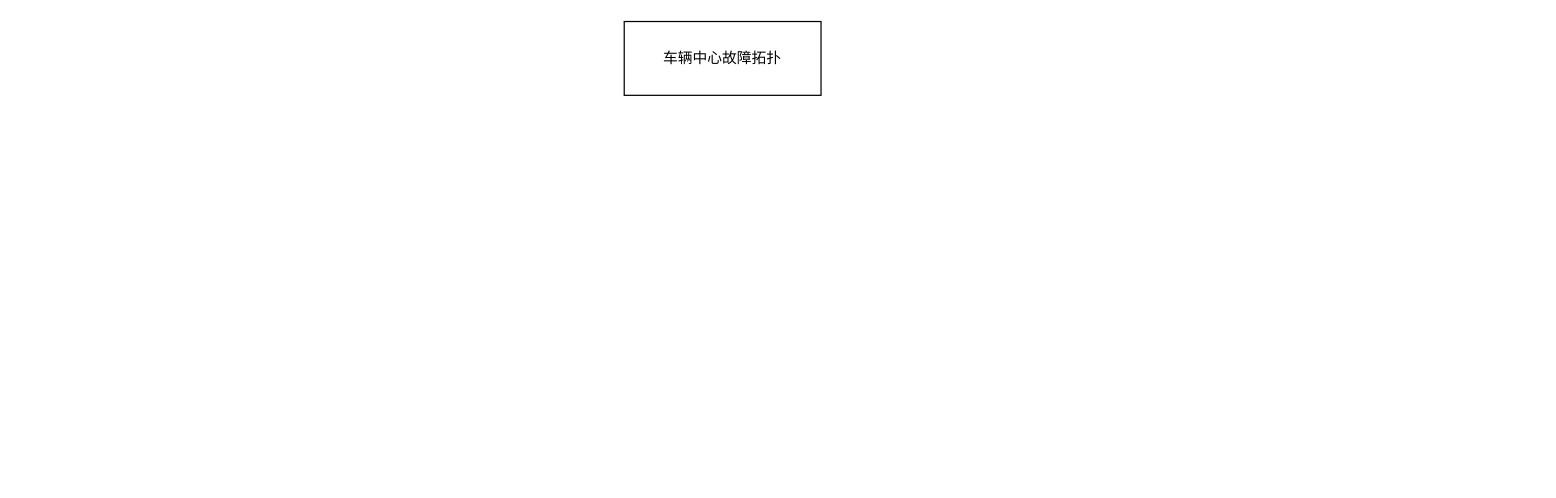
Before: 车辆中心故障拓扑.drawio in tengxiao/zabbix-report, a draw.io diagram. Source tidied: cells renumbered, new cells numbered last; positions are measured from the earlier drawing's top-left corner, leaving out a move shared by most shapes. Both pictures are drawn from the tidied source at 123%, with x=0, y=0 at pixel (624, 21).
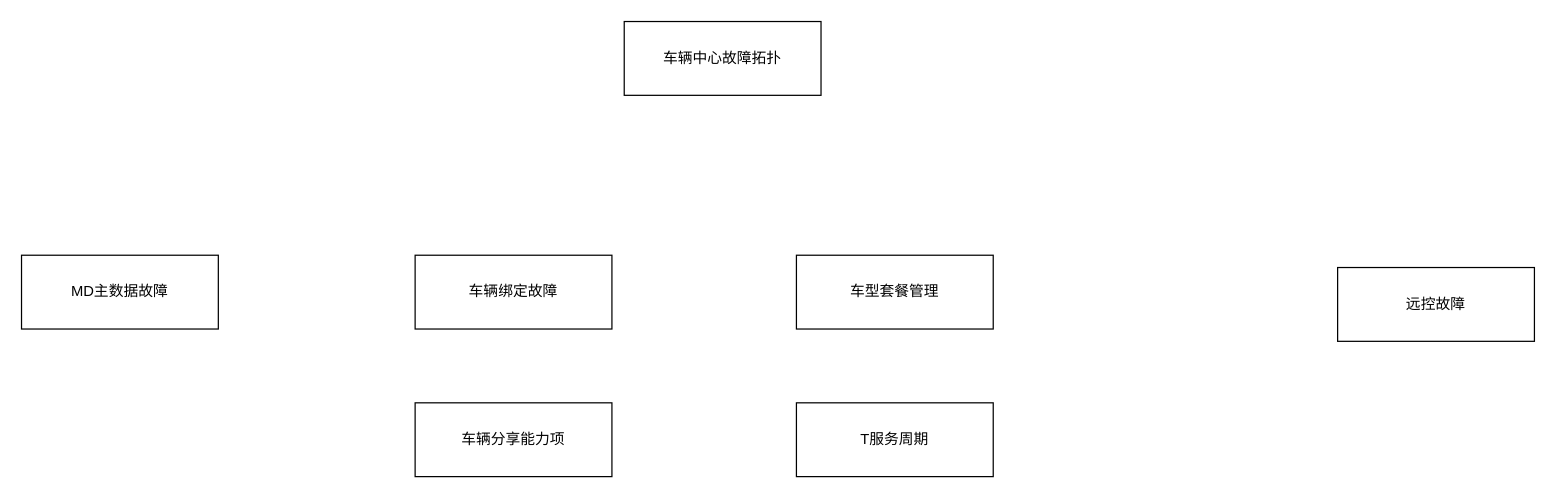
After the change.

Commit message (it also covers changes not shown here):
更新车辆中心故障拓扑.drawio

Diff of the diagram source:
```diff
@@
 <mxGraphModel>
   <root>
     <mxCell id="0" />
     <mxCell id="1" parent="0" />
     <mxCell id="2" value="车辆中心故障拓扑" style="whiteSpace=wrap;html=1;" parent="1" vertex="1">
       <mxGeometry width="160" height="60" as="geometry" />
     </mxCell>
+    <mxCell id="3" value="MD主数据故障" style="whiteSpace=wrap;html=1;" parent="1" vertex="1">
+      <mxGeometry x="-490" y="190" width="160" height="60" as="geometry" />
+    </mxCell>
+    <mxCell id="4" value="远控故障" style="whiteSpace=wrap;html=1;" parent="1" vertex="1">
+      <mxGeometry x="580" y="200" width="160" height="60" as="geometry" />
+    </mxCell>
+    <mxCell id="5" value="车辆绑定故障" style="whiteSpace=wrap;html=1;" parent="1" vertex="1">
+      <mxGeometry x="-170" y="190" width="160" height="60" as="geometry" />
+    </mxCell>
+    <mxCell id="6" value="车型套餐管理" style="whiteSpace=wrap;html=1;" parent="1" vertex="1">
+      <mxGeometry x="140" y="190" width="160" height="60" as="geometry" />
+    </mxCell>
+    <mxCell id="7" value="T服务周期" style="whiteSpace=wrap;html=1;" parent="1" vertex="1">
+      <mxGeometry x="140" y="310" width="160" height="60" as="geometry" />
+    </mxCell>
+    <mxCell id="8" value="车辆分享能力项" style="whiteSpace=wrap;html=1;" parent="1" vertex="1">
+      <mxGeometry x="-170" y="310" width="160" height="60" as="geometry" />
+    </mxCell>
   </root>
 </mxGraphModel>
```
